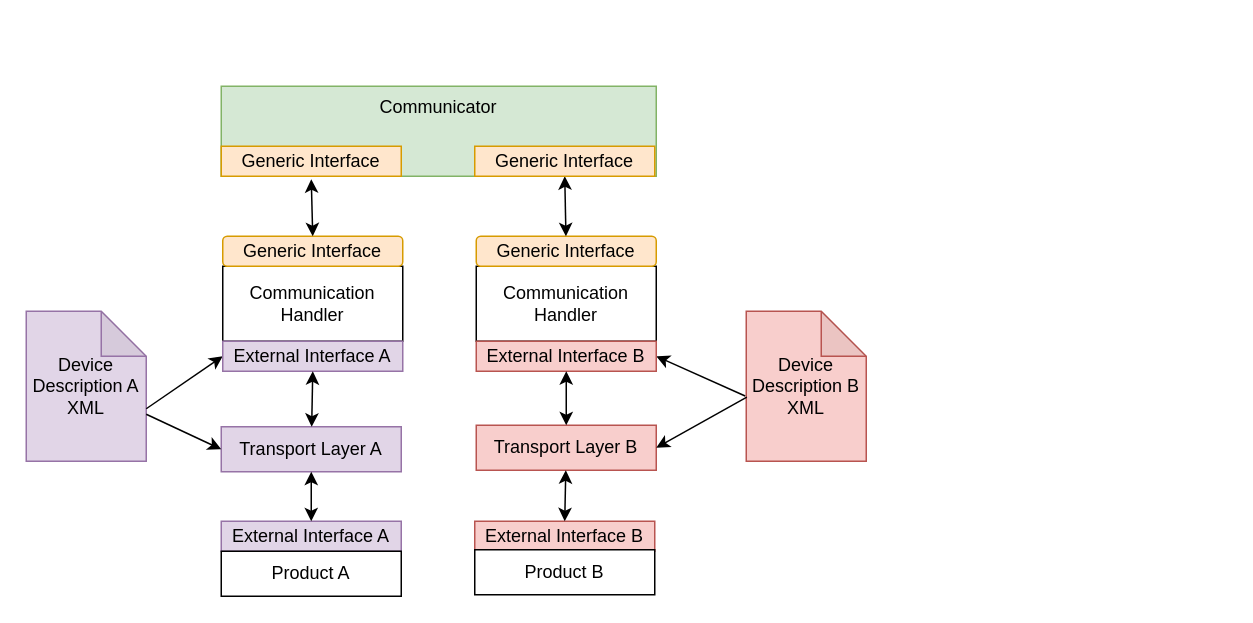
Above: SGr-Architecture-Overview.drawio in SmartgridReady/SGrJavaSamples (draw.io), before the change. Source tidied: cells renumbered, new cells numbered last; positions are measured from the earlier drawing's top-left corner, leaving out a move shared by most shapes. Both pictures are drawn from the tidied source at 150%, with x=0, y=0 at pixel (26, 86).
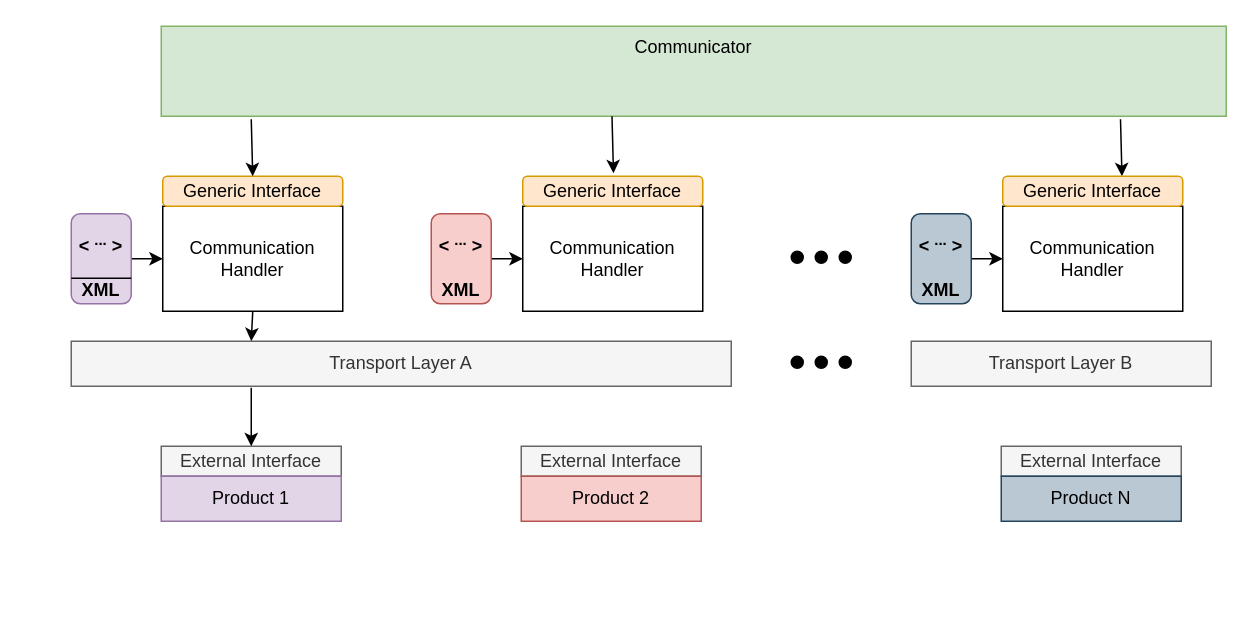
The same diagram, later.

Commit message (it also covers changes not shown here):
Added Javadoc and inline documentation to the SampleCommunicator. Added logger to the SampleCommunicator. Work on SGr-Architecture-Overview.

What changed in the source:
```diff
@@
     <mxCell id="2" value="Communicator" style="rounded=0;whiteSpace=wrap;html=1;fillColor=#d5e8d4;strokeColor=#82b366;align=center;verticalAlign=top;" parent="1" vertex="1">
-      <mxGeometry x="130" width="290" height="60" as="geometry" />
+      <mxGeometry x="90" y="-40" width="710" height="60" as="geometry" />
     </mxCell>
     <mxCell id="3" value="Communication Handler&lt;br&gt;" style="rounded=0;whiteSpace=wrap;html=1;" parent="1" vertex="1">
-      <mxGeometry x="131" y="120" width="120" height="50" as="geometry" />
+      <mxGeometry x="91" y="80" width="120" height="70" as="geometry" />
     </mxCell>
-    <mxCell id="4" value="Device Description A&lt;br&gt;XML" style="shape=note;whiteSpace=wrap;html=1;backgroundOutline=1;darkOpacity=0.05;fillColor=#e1d5e7;strokeColor=#9673a6;" parent="1" vertex="1">
-      <mxGeometry y="150" width="80" height="100" as="geometry" />
-    </mxCell>
     <mxCell id="5" value="Generic Interface" style="rounded=1;whiteSpace=wrap;html=1;fillColor=#ffe6cc;strokeColor=#d79b00;" parent="1" vertex="1">
-      <mxGeometry x="131" y="100" width="120" height="20" as="geometry" />
+      <mxGeometry x="91" y="60" width="120" height="20" as="geometry" />
     </mxCell>
-    <mxCell id="6" value="External Interface A" style="rounded=0;whiteSpace=wrap;html=1;fillColor=#e1d5e7;strokeColor=#9673a6;" parent="1" vertex="1">
-      <mxGeometry x="130" y="290" width="120" height="20" as="geometry" />
+    <mxCell id="6" value="External Interface" style="rounded=0;whiteSpace=wrap;html=1;fillColor=#f5f5f5;strokeColor=#666666;fontColor=#333333;" parent="1" vertex="1">
+      <mxGeometry x="90" y="240" width="120" height="20" as="geometry" />
     </mxCell>
-    <mxCell id="7" value="Transport Layer A" style="rounded=0;whiteSpace=wrap;html=1;fillColor=#e1d5e7;strokeColor=#9673a6;" parent="1" vertex="1">
-      <mxGeometry x="130" y="227" width="120" height="30" as="geometry" />
+    <mxCell id="7" value="Transport Layer A" style="rounded=0;whiteSpace=wrap;html=1;fillColor=#f5f5f5;strokeColor=#666666;fontColor=#333333;" parent="1" vertex="1">
+      <mxGeometry x="30" y="170" width="440" height="30" as="geometry" />
     </mxCell>
-    <mxCell id="8" value="Product A" style="rounded=0;whiteSpace=wrap;html=1;" parent="1" vertex="1">
-      <mxGeometry x="130" y="310" width="120" height="30" as="geometry" />
+    <mxCell id="8" value="Product 1" style="rounded=0;whiteSpace=wrap;html=1;fillColor=#e1d5e7;strokeColor=#9673a6;" parent="1" vertex="1">
+      <mxGeometry x="90" y="260" width="120" height="30" as="geometry" />
     </mxCell>
-    <mxCell id="9" style="endArrow=classic;html=1;exitX=0;exitY=0;exitDx=80;exitDy=65;exitPerimeter=0;entryX=0;entryY=0.5;entryDx=0;entryDy=0;" parent="1" edge="1" source="4" target="20">
-      <mxGeometry relative="1" as="geometry" />
-    </mxCell>
-    <mxCell id="10" value="External Interface B" style="rounded=0;whiteSpace=wrap;html=1;fillColor=#f8cecc;strokeColor=#b85450;" parent="1" vertex="1">
-      <mxGeometry x="299" y="290" width="120" height="20" as="geometry" />
-    </mxCell>
-    <mxCell id="11" value="Product B" style="rounded=0;whiteSpace=wrap;html=1;" parent="1" vertex="1">
-      <mxGeometry x="299" y="309" width="120" height="30" as="geometry" />
-    </mxCell>
-    <mxCell id="12" style="endArrow=classic;html=1;entryX=0.5;entryY=0;entryDx=0;entryDy=0;startArrow=classic;startFill=1;" parent="1" edge="1" target="5">
+    <mxCell id="12" style="endArrow=classic;html=1;entryX=0.5;entryY=0;entryDx=0;entryDy=0;startArrow=none;startFill=0;" parent="1" edge="1" target="5">
       <mxGeometry relative="1" as="geometry">
-        <mxPoint x="190" y="62" as="sourcePoint" />
+        <mxPoint x="150" y="22" as="sourcePoint" />
       </mxGeometry>
     </mxCell>
-    <mxCell id="13" value="Communication Handler&lt;br&gt;" style="rounded=0;whiteSpace=wrap;html=1;" parent="1" vertex="1">
-      <mxGeometry x="300" y="120" width="120" height="50" as="geometry" />
-    </mxCell>
-    <mxCell id="14" value="Generic Interface" style="rounded=1;whiteSpace=wrap;html=1;fillColor=#ffe6cc;strokeColor=#d79b00;" parent="1" vertex="1">
-      <mxGeometry x="300" y="100" width="120" height="20" as="geometry" />
-    </mxCell>
-    <mxCell id="15" style="endArrow=classic;html=1;exitX=0.5;exitY=1;exitDx=0;exitDy=0;startArrow=classic;startFill=1;" parent="1" edge="1" source="25" target="14">
-      <mxGeometry relative="1" as="geometry" />
-    </mxCell>
-    <mxCell id="16" value="Device Description B&lt;br&gt;XML" style="shape=note;whiteSpace=wrap;html=1;backgroundOutline=1;darkOpacity=0.05;fillColor=#f8cecc;strokeColor=#b85450;" parent="1" vertex="1">
-      <mxGeometry x="480" y="150" width="80" height="100" as="geometry" />
-    </mxCell>
-    <mxCell id="17" style="endArrow=classic;html=1;exitX=-0.009;exitY=0.565;exitDx=0;exitDy=0;exitPerimeter=0;entryX=1;entryY=0.5;entryDx=0;entryDy=0;" parent="1" edge="1" source="16" target="21">
-      <mxGeometry relative="1" as="geometry" />
-    </mxCell>
+    <mxCell id="26" style="endArrow=classic;startArrow=none;html=1;startFill=0;exitX=0.5;exitY=1;exitDx=0;exitDy=0;" parent="1" edge="1" source="3">
+      <mxGeometry relative="1" as="geometry">
+        <mxPoint x="150" y="170" as="targetPoint" />
+      </mxGeometry>
+    </mxCell>
+    <mxCell id="29" value="Communication Handler&lt;br&gt;" style="rounded=0;whiteSpace=wrap;html=1;" parent="1" vertex="1">
+      <mxGeometry x="331" y="80" width="120" height="70" as="geometry" />
+    </mxCell>
+    <mxCell id="30" value="Generic Interface" style="rounded=1;whiteSpace=wrap;html=1;fillColor=#ffe6cc;strokeColor=#d79b00;" parent="1" vertex="1">
+      <mxGeometry x="331" y="60" width="120" height="20" as="geometry" />
+    </mxCell>
+    <mxCell id="31" value="External Interface" style="rounded=0;whiteSpace=wrap;html=1;fillColor=#f5f5f5;strokeColor=#666666;fontColor=#333333;" parent="1" vertex="1">
+      <mxGeometry x="330" y="240" width="120" height="20" as="geometry" />
+    </mxCell>
+    <mxCell id="32" value="Product 2" style="rounded=0;whiteSpace=wrap;html=1;fillColor=#f8cecc;strokeColor=#b85450;" parent="1" vertex="1">
+      <mxGeometry x="330" y="260" width="120" height="30" as="geometry" />
+    </mxCell>
+    <mxCell id="33" style="endArrow=classic;html=1;entryX=0.5;entryY=0;entryDx=0;entryDy=0;startArrow=none;startFill=0;" parent="1" edge="1">
+      <mxGeometry relative="1" as="geometry">
+        <mxPoint x="390.5" y="20" as="sourcePoint" />
+        <mxPoint x="391.5" y="58" as="targetPoint" />
+      </mxGeometry>
+    </mxCell>
+    <mxCell id="34" style="endArrow=classic;html=1;entryX=0.5;entryY=0;entryDx=0;entryDy=0;startArrow=none;startFill=0;" parent="1" edge="1">
+      <mxGeometry relative="1" as="geometry">
+        <mxPoint x="729.5" y="22" as="sourcePoint" />
+        <mxPoint x="730.5" y="60" as="targetPoint" />
+      </mxGeometry>
+    </mxCell>
+    <mxCell id="35" style="endArrow=classic;startArrow=none;html=1;startFill=0;entryX=0.5;entryY=0;entryDx=0;entryDy=0;" parent="1" edge="1" target="6">
+      <mxGeometry relative="1" as="geometry">
+        <mxPoint x="150" y="201" as="sourcePoint" />
+      </mxGeometry>
+    </mxCell>
+    <mxCell id="36" style="edgeStyle=orthogonalEdgeStyle;rounded=0;jettySize=auto;html=1;startArrow=none;startFill=0;" parent="1" edge="1" source="37" target="3">
+      <mxGeometry relative="1" as="geometry" />
+    </mxCell>
+    <mxCell id="37" value="&amp;lt; &lt;sup&gt;...&lt;/sup&gt;&amp;nbsp;&amp;gt;&lt;br&gt;&lt;br&gt;XML" style="rounded=1;whiteSpace=wrap;html=1;align=center;fontStyle=1;verticalAlign=bottom;fillColor=#e1d5e7;strokeColor=#9673a6;" parent="1" vertex="1">
+      <mxGeometry x="30" y="85" width="40" height="60" as="geometry" />
+    </mxCell>
+    <mxCell id="38" style="endArrow=none;html=1;exitX=0;exitY=0.75;exitDx=0;exitDy=0;entryX=1;entryY=0.75;entryDx=0;entryDy=0;" parent="1" edge="1">
+      <mxGeometry relative="1" as="geometry">
+        <mxPoint x="30" y="128" as="sourcePoint" />
+        <mxPoint x="70" y="128" as="targetPoint" />
+      </mxGeometry>
+    </mxCell>
+    <mxCell id="39" style="edgeStyle=orthogonalEdgeStyle;rounded=0;jettySize=auto;html=1;startArrow=none;startFill=0;" parent="1" edge="1" source="40" target="29">
+      <mxGeometry relative="1" as="geometry" />
+    </mxCell>
+    <mxCell id="40" value="&amp;lt; &lt;sup&gt;...&lt;/sup&gt;&amp;nbsp;&amp;gt;&lt;br&gt;&lt;br&gt;XML" style="rounded=1;whiteSpace=wrap;html=1;align=center;fontStyle=1;verticalAlign=bottom;fillColor=#f8cecc;strokeColor=#b85450;" parent="1" vertex="1">
+      <mxGeometry x="270" y="85" width="40" height="60" as="geometry" />
+    </mxCell>
+    <mxCell id="41" value="Communication Handler&lt;br&gt;" style="rounded=0;whiteSpace=wrap;html=1;" parent="1" vertex="1">
+      <mxGeometry x="651" y="80" width="120" height="70" as="geometry" />
+    </mxCell>
+    <mxCell id="42" value="Generic Interface" style="rounded=1;whiteSpace=wrap;html=1;fillColor=#ffe6cc;strokeColor=#d79b00;" parent="1" vertex="1">
+      <mxGeometry x="651" y="60" width="120" height="20" as="geometry" />
+    </mxCell>
+    <mxCell id="43" value="External Interface" style="rounded=0;whiteSpace=wrap;html=1;fillColor=#f5f5f5;strokeColor=#666666;fontColor=#333333;" parent="1" vertex="1">
+      <mxGeometry x="650" y="240" width="120" height="20" as="geometry" />
+    </mxCell>
+    <mxCell id="44" value="Product N" style="rounded=0;whiteSpace=wrap;html=1;fillColor=#bac8d3;strokeColor=#23445d;" parent="1" vertex="1">
+      <mxGeometry x="650" y="260" width="120" height="30" as="geometry" />
+    </mxCell>
+    <mxCell id="45" style="edgeStyle=orthogonalEdgeStyle;rounded=0;jettySize=auto;html=1;startArrow=none;startFill=0;" parent="1" edge="1" source="46" target="41">
+      <mxGeometry relative="1" as="geometry" />
+    </mxCell>
+    <mxCell id="46" value="&amp;lt; &lt;sup&gt;...&lt;/sup&gt;&amp;nbsp;&amp;gt;&lt;br&gt;&lt;br&gt;XML" style="rounded=1;whiteSpace=wrap;html=1;align=center;fontStyle=1;verticalAlign=bottom;fillColor=#bac8d3;strokeColor=#23445d;" parent="1" vertex="1">
+      <mxGeometry x="590" y="85" width="40" height="60" as="geometry" />
+    </mxCell>
-    <mxCell id="18" value="Transport Layer B" style="rounded=0;whiteSpace=wrap;html=1;fillColor=#f8cecc;strokeColor=#b85450;" parent="1" vertex="1">
-      <mxGeometry x="300" y="226" width="120" height="30" as="geometry" />
+    <mxCell id="18" value="Transport Layer B" style="rounded=0;whiteSpace=wrap;html=1;fillColor=#f5f5f5;strokeColor=#666666;fontColor=#333333;" parent="1" vertex="1">
+      <mxGeometry x="590" y="170" width="200" height="30" as="geometry" />
     </mxCell>
-    <mxCell id="19" value="Generic Interface" style="rounded=0;whiteSpace=wrap;html=1;fillColor=#ffe6cc;strokeColor=#d79b00;" parent="1" vertex="1">
-      <mxGeometry x="130" y="40" width="120" height="20" as="geometry" />
-    </mxCell>
-    <mxCell id="20" value="External Interface A" style="rounded=0;whiteSpace=wrap;html=1;fillColor=#e1d5e7;strokeColor=#9673a6;" parent="1" vertex="1">
-      <mxGeometry x="131" y="170" width="120" height="20" as="geometry" />
-    </mxCell>
-    <mxCell id="21" value="External Interface B" style="rounded=0;whiteSpace=wrap;html=1;fillColor=#f8cecc;strokeColor=#b85450;" parent="1" vertex="1">
-      <mxGeometry x="300" y="170" width="120" height="20" as="geometry" />
-    </mxCell>
-    <mxCell id="22" style="endArrow=classic;startArrow=classic;html=1;" parent="1" edge="1" target="18">
-      <mxGeometry relative="1" as="geometry">
-        <mxPoint x="359" y="290" as="sourcePoint" />
-      </mxGeometry>
-    </mxCell>
-    <mxCell id="23" style="endArrow=classic;html=1;entryX=0;entryY=0.5;entryDx=0;entryDy=0;" parent="1" edge="1" source="4" target="7">
-      <mxGeometry relative="1" as="geometry" />
-    </mxCell>
-    <mxCell id="24" style="endArrow=classic;html=1;exitX=0.005;exitY=0.573;exitDx=0;exitDy=0;exitPerimeter=0;entryX=1;entryY=0.5;entryDx=0;entryDy=0;" parent="1" edge="1" source="16" target="18">
-      <mxGeometry relative="1" as="geometry" />
-    </mxCell>
-    <mxCell id="25" value="Generic Interface" style="rounded=0;whiteSpace=wrap;html=1;fillColor=#ffe6cc;strokeColor=#d79b00;" parent="1" vertex="1">
-      <mxGeometry x="299" y="40" width="120" height="20" as="geometry" />
-    </mxCell>
-    <mxCell id="26" style="endArrow=classic;startArrow=classic;html=1;exitX=0.5;exitY=0;exitDx=0;exitDy=0;entryX=0.5;entryY=1;entryDx=0;entryDy=0;" parent="1" edge="1" source="6" target="7">
-      <mxGeometry relative="1" as="geometry" />
-    </mxCell>
-    <mxCell id="27" style="endArrow=classic;startArrow=classic;html=1;entryX=0.5;entryY=1;entryDx=0;entryDy=0;exitX=0.5;exitY=0;exitDx=0;exitDy=0;" parent="1" edge="1" source="18" target="21">
-      <mxGeometry relative="1" as="geometry" />
-    </mxCell>
-    <mxCell id="28" style="endArrow=classic;startArrow=classic;html=1;entryX=0.5;entryY=1;entryDx=0;entryDy=0;" parent="1" edge="1" source="7" target="20">
-      <mxGeometry relative="1" as="geometry" />
-    </mxCell>
+    <mxCell id="47" style="group;" parent="1" vertex="1">
+      <mxGeometry x="510" y="180" width="40" height="10" as="geometry" />
+    </mxCell>
+    <mxCell id="48" style="ellipse;whiteSpace=wrap;html=1;align=center;labelBackgroundColor=none;labelBorderColor=none;noLabel=1;fontColor=none;fillColor=#000000;" parent="47" vertex="1">
+      <mxGeometry width="8" height="8" as="geometry" />
+    </mxCell>
+    <mxCell id="49" style="ellipse;whiteSpace=wrap;html=1;align=center;labelBackgroundColor=none;labelBorderColor=none;noLabel=1;fontColor=none;fillColor=#000000;" parent="47" vertex="1">
+      <mxGeometry x="16" width="8" height="8" as="geometry" />
+    </mxCell>
+    <mxCell id="50" style="ellipse;whiteSpace=wrap;html=1;align=center;labelBackgroundColor=none;labelBorderColor=none;noLabel=1;fontColor=none;fillColor=#000000;" parent="47" vertex="1">
+      <mxGeometry x="32" width="8" height="8" as="geometry" />
+    </mxCell>
+    <mxCell id="51" style="group;" parent="1" vertex="1">
+      <mxGeometry x="510" y="110" width="40" height="10" as="geometry" />
+    </mxCell>
+    <mxCell id="52" style="ellipse;whiteSpace=wrap;html=1;align=center;labelBackgroundColor=none;labelBorderColor=none;noLabel=1;fontColor=none;fillColor=#000000;" parent="51" vertex="1">
+      <mxGeometry width="8" height="8" as="geometry" />
+    </mxCell>
+    <mxCell id="53" style="ellipse;whiteSpace=wrap;html=1;align=center;labelBackgroundColor=none;labelBorderColor=none;noLabel=1;fontColor=none;fillColor=#000000;" parent="51" vertex="1">
+      <mxGeometry x="16" width="8" height="8" as="geometry" />
+    </mxCell>
+    <mxCell id="54" style="ellipse;whiteSpace=wrap;html=1;align=center;labelBackgroundColor=none;labelBorderColor=none;noLabel=1;fontColor=none;fillColor=#000000;" parent="51" vertex="1">
+      <mxGeometry x="32" width="8" height="8" as="geometry" />
+    </mxCell>
```
